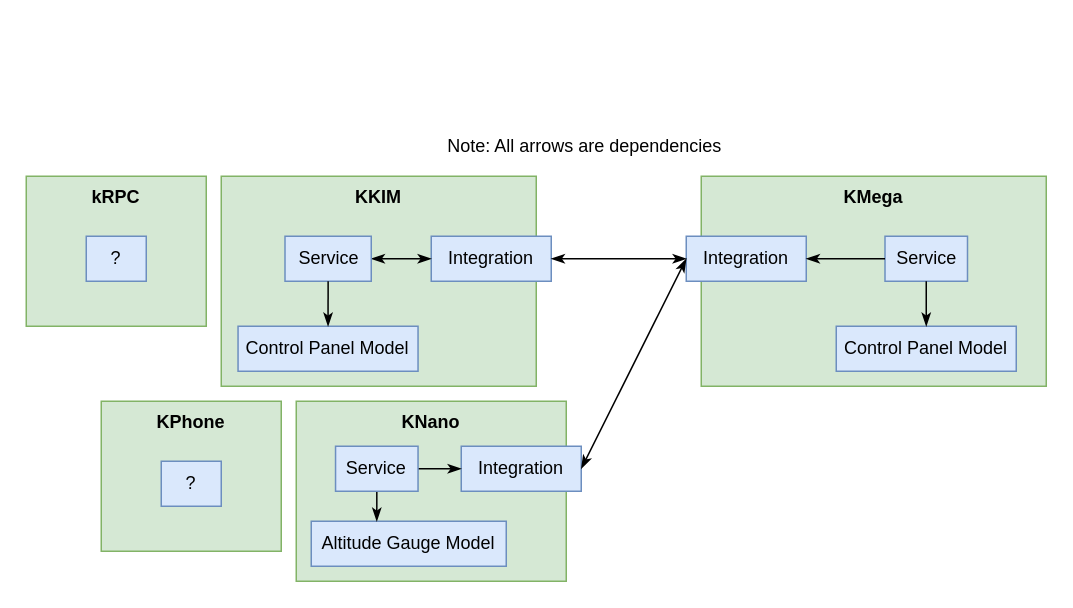
Before: Diagrams/SystemLayeredArchitecture.drawio in mountaineerman/KCP2, a draw.io diagram. Source tidied: cells renumbered, new cells numbered last; positions are measured from the earlier drawing's top-left corner, leaving out a move shared by most shapes. Both pictures are drawn from the tidied source at 150%, with x=0, y=0 at pixel (26, 130).
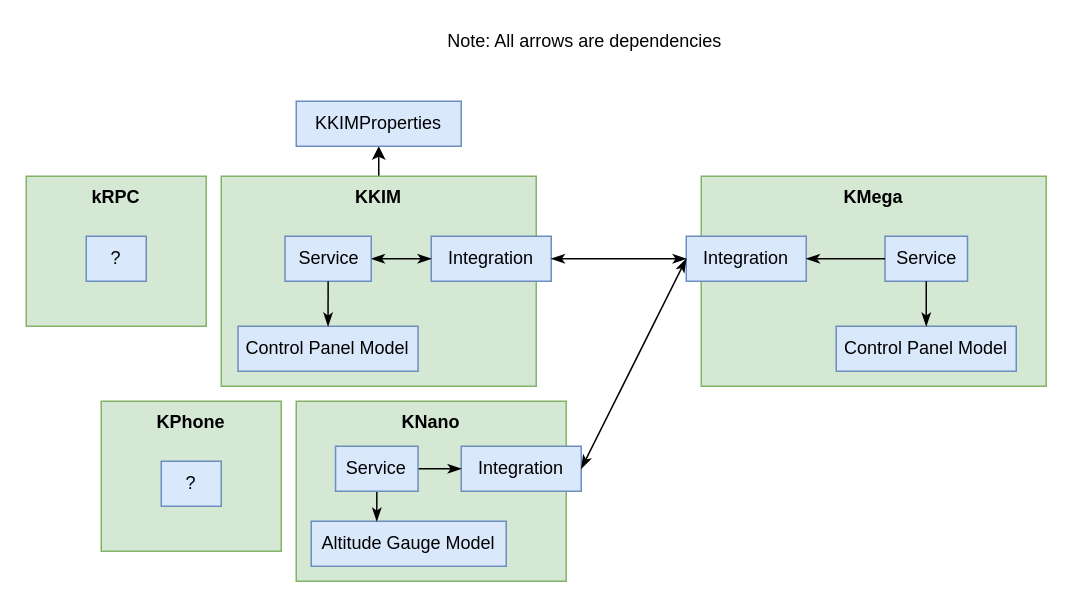
After the change.

Commit message:
Added KKIMProperties to SystemLayeredArchitecture

Unchanged cells that the change refers to:
```xml
<mxCell id="3" value="&lt;b&gt;KKIM&lt;/b&gt;" style="rounded=0;whiteSpace=wrap;html=1;verticalAlign=top;fillColor=#d5e8d4;strokeColor=#82b366;" parent="1" vertex="1">
  <mxGeometry x="130" y="30" width="210" height="140" as="geometry" />
</mxCell>
```

Diff of the diagram source:
```diff
@@
     <mxCell id="2" value="Note: All arrows are dependencies" style="text;html=1;strokeColor=none;fillColor=none;align=center;verticalAlign=middle;whiteSpace=wrap;rounded=0;" parent="1" vertex="1">
-      <mxGeometry x="260" width="225" height="20" as="geometry" />
+      <mxGeometry x="260" y="-70" width="225" height="20" as="geometry" />
     </mxCell>
+    <mxCell id="28" style="rounded=0;jettySize=auto;html=1;exitX=0.5;exitY=0;exitDx=0;exitDy=0;entryX=0.5;entryY=1;entryDx=0;entryDy=0;" parent="1" edge="1" source="3" target="29">
+      <mxGeometry relative="1" as="geometry" />
+    </mxCell>
@@
+    <mxCell id="29" value="&lt;div&gt;&lt;span&gt;KKIMProperties&lt;/span&gt;&lt;/div&gt;" style="rounded=0;whiteSpace=wrap;html=1;verticalAlign=middle;fillColor=#dae8fc;strokeColor=#6c8ebf;align=center;" parent="1" vertex="1">
+      <mxGeometry x="180" y="-20" width="110" height="30" as="geometry" />
+    </mxCell>
```
